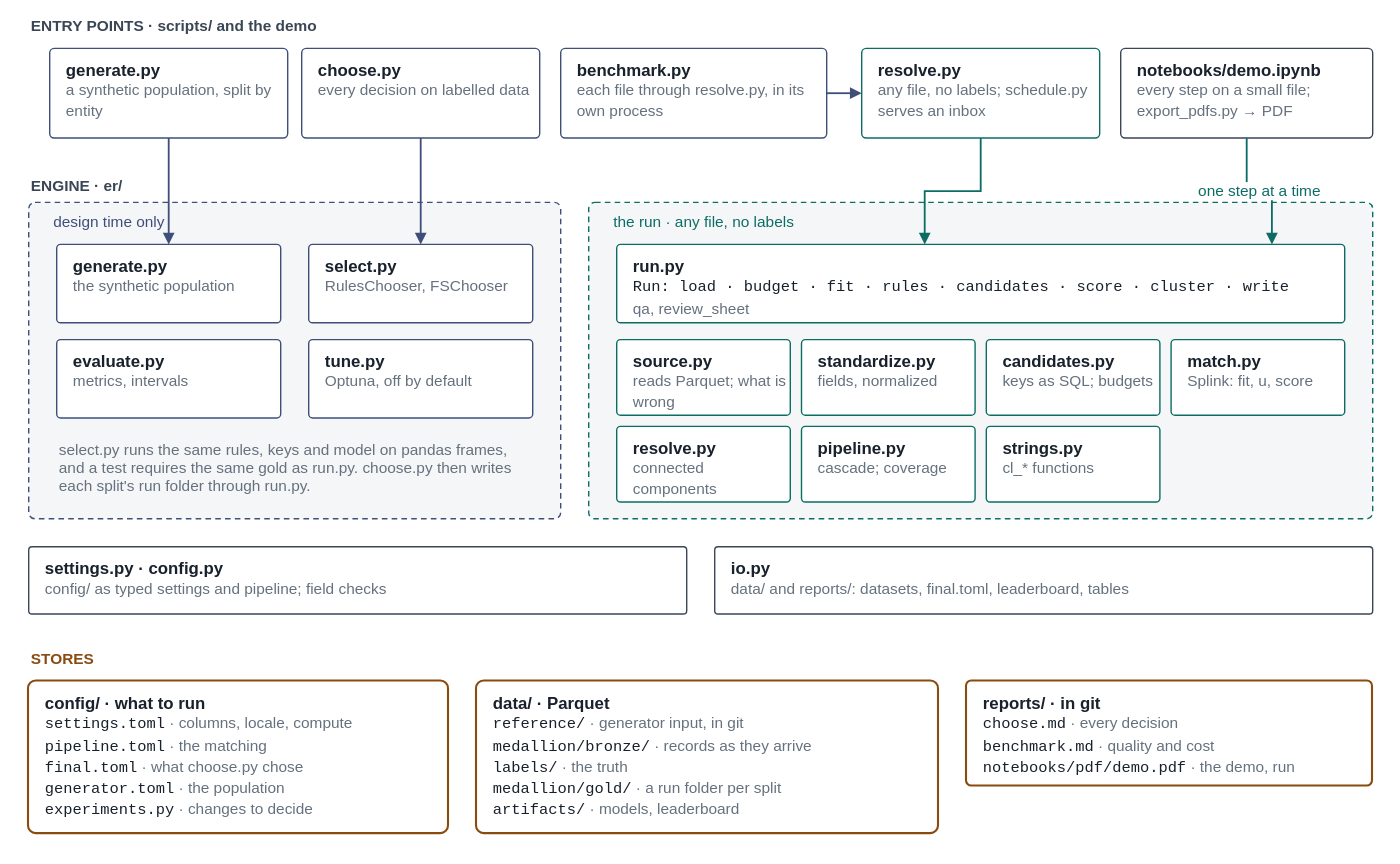
Earlier version of the draw.io export docs/architecture-blocks.drawio.svg (mvsbm/entity_matching). Source tidied: cells renumbered, new cells last; positions are measured from the earlier drawing's top-left corner, leaving out a move shared by most shapes.
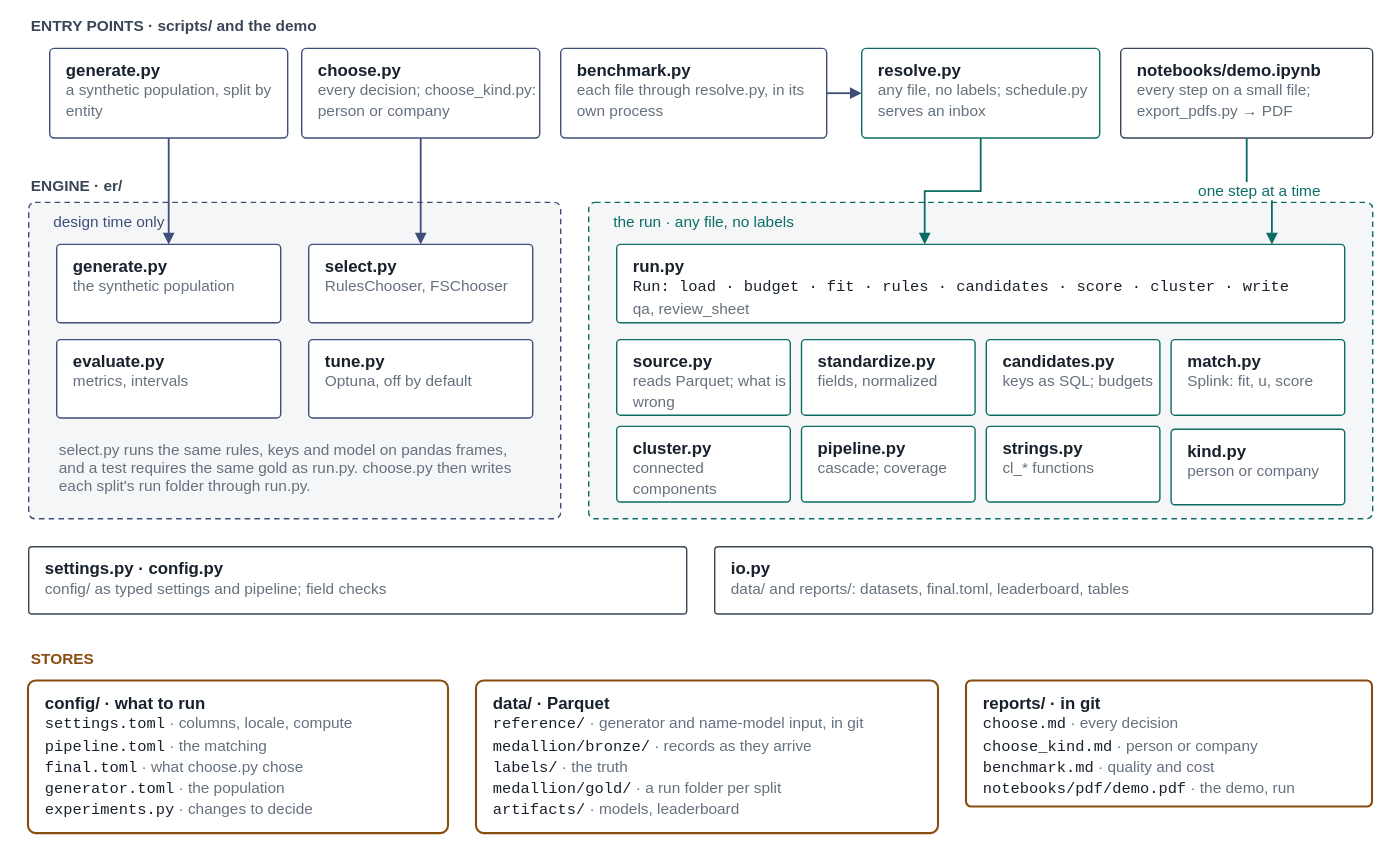
Later version of the same file.

The edit, as a diff of the source:
```diff
@@ -8,7 +8,7 @@
     <mxCell id="3" value="&lt;b&gt;generate.py&lt;/b&gt;&lt;br&gt;&lt;font color=&quot;#65717e&quot; style=&quot;font-size:11px&quot;&gt;a synthetic population, split by entity&lt;/font&gt;" style="rounded=1;arcSize=5;whiteSpace=wrap;html=1;align=left;verticalAlign=top;spacingLeft=10;spacingTop=2;fontFamily=Helvetica;fontSize=12;fontColor=#18212c;fillColor=#ffffff;strokeColor=#3f4f7a;" parent="1" vertex="1">
       <mxGeometry x="15" y="26" width="170" height="64" as="geometry" />
     </mxCell>
-    <mxCell id="4" value="&lt;b&gt;choose.py&lt;/b&gt;&lt;br&gt;&lt;font color=&quot;#65717e&quot; style=&quot;font-size:11px&quot;&gt;every decision on labelled data&lt;/font&gt;" style="rounded=1;arcSize=5;whiteSpace=wrap;html=1;align=left;verticalAlign=top;spacingLeft=10;spacingTop=2;fontFamily=Helvetica;fontSize=12;fontColor=#18212c;fillColor=#ffffff;strokeColor=#3f4f7a;" parent="1" vertex="1">
+    <mxCell id="4" value="&lt;b&gt;choose.py&lt;/b&gt;&lt;br&gt;&lt;font color=&quot;#65717e&quot; style=&quot;font-size:11px&quot;&gt;every decision; choose_kind.py: person or company&lt;/font&gt;" style="rounded=1;arcSize=5;whiteSpace=wrap;html=1;align=left;verticalAlign=top;spacingLeft=10;spacingTop=2;fontFamily=Helvetica;fontSize=12;fontColor=#18212c;fillColor=#ffffff;strokeColor=#3f4f7a;" parent="1" vertex="1">
       <mxGeometry x="195" y="26" width="170" height="64" as="geometry" />
     </mxCell>
     <mxCell id="5" value="&lt;b&gt;benchmark.py&lt;/b&gt;&lt;br&gt;&lt;font color=&quot;#65717e&quot; style=&quot;font-size:11px&quot;&gt;each file through resolve.py, in its own process&lt;/font&gt;" style="rounded=1;arcSize=5;whiteSpace=wrap;html=1;align=left;verticalAlign=top;spacingLeft=10;spacingTop=2;fontFamily=Helvetica;fontSize=12;fontColor=#18212c;fillColor=#ffffff;strokeColor=#3f4f7a;" parent="1" vertex="1">
@@ -68,7 +68,7 @@
     <mxCell id="23" value="&lt;b&gt;match.py&lt;/b&gt;&lt;br&gt;&lt;font color=&quot;#65717e&quot; style=&quot;font-size:11px&quot;&gt;Splink: fit, u, score&lt;/font&gt;" style="rounded=1;arcSize=5;whiteSpace=wrap;html=1;align=left;verticalAlign=top;spacingLeft=10;spacingTop=2;fontFamily=Helvetica;fontSize=12;fontColor=#18212c;fillColor=#ffffff;strokeColor=#0d6d65;" parent="1" vertex="1">
       <mxGeometry x="816" y="234" width="124" height="54" as="geometry" />
     </mxCell>
-    <mxCell id="24" value="&lt;b&gt;resolve.py&lt;/b&gt;&lt;br&gt;&lt;font color=&quot;#65717e&quot; style=&quot;font-size:11px&quot;&gt;connected components&lt;/font&gt;" style="rounded=1;arcSize=5;whiteSpace=wrap;html=1;align=left;verticalAlign=top;spacingLeft=10;spacingTop=2;fontFamily=Helvetica;fontSize=12;fontColor=#18212c;fillColor=#ffffff;strokeColor=#0d6d65;" parent="1" vertex="1">
+    <mxCell id="24" value="&lt;b&gt;cluster.py&lt;/b&gt;&lt;br&gt;&lt;font color=&quot;#65717e&quot; style=&quot;font-size:11px&quot;&gt;connected components&lt;/font&gt;" style="rounded=1;arcSize=5;whiteSpace=wrap;html=1;align=left;verticalAlign=top;spacingLeft=10;spacingTop=2;fontFamily=Helvetica;fontSize=12;fontColor=#18212c;fillColor=#ffffff;strokeColor=#0d6d65;" parent="1" vertex="1">
       <mxGeometry x="420" y="296" width="124" height="54" as="geometry" />
     </mxCell>
     <mxCell id="25" value="&lt;b&gt;pipeline.py&lt;/b&gt;&lt;br&gt;&lt;font color=&quot;#65717e&quot; style=&quot;font-size:11px&quot;&gt;cascade; coverage&lt;/font&gt;" style="rounded=1;arcSize=5;whiteSpace=wrap;html=1;align=left;verticalAlign=top;spacingLeft=10;spacingTop=2;fontFamily=Helvetica;fontSize=12;fontColor=#18212c;fillColor=#ffffff;strokeColor=#0d6d65;" parent="1" vertex="1">
@@ -101,11 +101,14 @@
     <mxCell id="34" value="&lt;b&gt;config/ · what to run&lt;/b&gt;&lt;br&gt;&lt;font face=&quot;Courier New&quot; style=&quot;font-size:11px&quot;&gt;settings.toml&lt;/font&gt;&lt;font color=&quot;#65717e&quot; style=&quot;font-size:11px&quot;&gt; · columns, locale, compute&lt;/font&gt;&lt;br&gt;&lt;font face=&quot;Courier New&quot; style=&quot;font-size:11px&quot;&gt;pipeline.toml&lt;/font&gt;&lt;font color=&quot;#65717e&quot; style=&quot;font-size:11px&quot;&gt; · the matching&lt;/font&gt;&lt;br&gt;&lt;font face=&quot;Courier New&quot; style=&quot;font-size:11px&quot;&gt;final.toml&lt;/font&gt;&lt;font color=&quot;#65717e&quot; style=&quot;font-size:11px&quot;&gt; · what choose.py chose&lt;/font&gt;&lt;br&gt;&lt;font face=&quot;Courier New&quot; style=&quot;font-size:11px&quot;&gt;generator.toml&lt;/font&gt;&lt;font color=&quot;#65717e&quot; style=&quot;font-size:11px&quot;&gt; · the population&lt;/font&gt;&lt;br&gt;&lt;font face=&quot;Courier New&quot; style=&quot;font-size:11px&quot;&gt;experiments.py&lt;/font&gt;&lt;font color=&quot;#65717e&quot; style=&quot;font-size:11px&quot;&gt; · changes to decide&lt;/font&gt;" style="rounded=1;arcSize=5;whiteSpace=wrap;html=1;align=left;verticalAlign=top;spacingLeft=10;spacingTop=2;fontFamily=Helvetica;fontSize=12;fontColor=#18212c;fillColor=#ffffff;strokeColor=#8a4b0f;strokeWidth=1.5;" parent="1" vertex="1">
       <mxGeometry y="478" width="300" height="109" as="geometry" />
     </mxCell>
-    <mxCell id="35" value="&lt;b&gt;data/ · Parquet&lt;/b&gt;&lt;br&gt;&lt;font face=&quot;Courier New&quot; style=&quot;font-size:11px&quot;&gt;reference/&lt;/font&gt;&lt;font color=&quot;#65717e&quot; style=&quot;font-size:11px&quot;&gt; · generator input, in git&lt;/font&gt;&lt;br&gt;&lt;font face=&quot;Courier New&quot; style=&quot;font-size:11px&quot;&gt;medallion/bronze/&lt;/font&gt;&lt;font color=&quot;#65717e&quot; style=&quot;font-size:11px&quot;&gt; · records as they arrive&lt;/font&gt;&lt;br&gt;&lt;font face=&quot;Courier New&quot; style=&quot;font-size:11px&quot;&gt;labels/&lt;/font&gt;&lt;font color=&quot;#65717e&quot; style=&quot;font-size:11px&quot;&gt; · the truth&lt;/font&gt;&lt;br&gt;&lt;font face=&quot;Courier New&quot; style=&quot;font-size:11px&quot;&gt;medallion/gold/&lt;/font&gt;&lt;font color=&quot;#65717e&quot; style=&quot;font-size:11px&quot;&gt; · a run folder per split&lt;/font&gt;&lt;br&gt;&lt;font face=&quot;Courier New&quot; style=&quot;font-size:11px&quot;&gt;artifacts/&lt;/font&gt;&lt;font color=&quot;#65717e&quot; style=&quot;font-size:11px&quot;&gt; · models, leaderboard&lt;/font&gt;" style="rounded=1;arcSize=5;whiteSpace=wrap;html=1;align=left;verticalAlign=top;spacingLeft=10;spacingTop=2;fontFamily=Helvetica;fontSize=12;fontColor=#18212c;fillColor=#ffffff;strokeColor=#8a4b0f;strokeWidth=1.5;" parent="1" vertex="1">
+    <mxCell id="35" value="&lt;b&gt;data/ · Parquet&lt;/b&gt;&lt;br&gt;&lt;font face=&quot;Courier New&quot; style=&quot;font-size:11px&quot;&gt;reference/&lt;/font&gt;&lt;font color=&quot;#65717e&quot; style=&quot;font-size:11px&quot;&gt; · generator and name-model input, in git&lt;/font&gt;&lt;br&gt;&lt;font face=&quot;Courier New&quot; style=&quot;font-size:11px&quot;&gt;medallion/bronze/&lt;/font&gt;&lt;font color=&quot;#65717e&quot; style=&quot;font-size:11px&quot;&gt; · records as they arrive&lt;/font&gt;&lt;br&gt;&lt;font face=&quot;Courier New&quot; style=&quot;font-size:11px&quot;&gt;labels/&lt;/font&gt;&lt;font color=&quot;#65717e&quot; style=&quot;font-size:11px&quot;&gt; · the truth&lt;/font&gt;&lt;br&gt;&lt;font face=&quot;Courier New&quot; style=&quot;font-size:11px&quot;&gt;medallion/gold/&lt;/font&gt;&lt;font color=&quot;#65717e&quot; style=&quot;font-size:11px&quot;&gt; · a run folder per split&lt;/font&gt;&lt;br&gt;&lt;font face=&quot;Courier New&quot; style=&quot;font-size:11px&quot;&gt;artifacts/&lt;/font&gt;&lt;font color=&quot;#65717e&quot; style=&quot;font-size:11px&quot;&gt; · models, leaderboard&lt;/font&gt;" style="rounded=1;arcSize=5;whiteSpace=wrap;html=1;align=left;verticalAlign=top;spacingLeft=10;spacingTop=2;fontFamily=Helvetica;fontSize=12;fontColor=#18212c;fillColor=#ffffff;strokeColor=#8a4b0f;strokeWidth=1.5;" parent="1" vertex="1">
       <mxGeometry x="320" y="478" width="330" height="109" as="geometry" />
     </mxCell>
-    <mxCell id="36" value="&lt;b&gt;reports/ · in git&lt;/b&gt;&lt;br&gt;&lt;font face=&quot;Courier New&quot; style=&quot;font-size:11px&quot;&gt;choose.md&lt;/font&gt;&lt;font color=&quot;#65717e&quot; style=&quot;font-size:11px&quot;&gt; · every decision&lt;/font&gt;&lt;br&gt;&lt;font face=&quot;Courier New&quot; style=&quot;font-size:11px&quot;&gt;benchmark.md&lt;/font&gt;&lt;font color=&quot;#65717e&quot; style=&quot;font-size:11px&quot;&gt; · quality and cost&lt;/font&gt;&lt;br&gt;&lt;font face=&quot;Courier New&quot; style=&quot;font-size:11px&quot;&gt;notebooks/pdf/demo.pdf&lt;/font&gt;&lt;font color=&quot;#65717e&quot; style=&quot;font-size:11px&quot;&gt; · the demo, run&lt;/font&gt;" style="rounded=1;arcSize=5;whiteSpace=wrap;html=1;align=left;verticalAlign=top;spacingLeft=10;spacingTop=2;fontFamily=Helvetica;fontSize=12;fontColor=#18212c;fillColor=#ffffff;strokeColor=#8a4b0f;strokeWidth=1.5;" parent="1" vertex="1">
-      <mxGeometry x="670" y="478" width="290" height="75" as="geometry" />
+    <mxCell id="36" value="&lt;b&gt;reports/ · in git&lt;/b&gt;&lt;br&gt;&lt;font face=&quot;Courier New&quot; style=&quot;font-size:11px&quot;&gt;choose.md&lt;/font&gt;&lt;font color=&quot;#65717e&quot; style=&quot;font-size:11px&quot;&gt; · every decision&lt;/font&gt;&lt;br&gt;&lt;font face=&quot;Courier New&quot; style=&quot;font-size:11px&quot;&gt;choose_kind.md&lt;/font&gt;&lt;font color=&quot;#65717e&quot; style=&quot;font-size:11px&quot;&gt; · person or company&lt;/font&gt;&lt;br&gt;&lt;font face=&quot;Courier New&quot; style=&quot;font-size:11px&quot;&gt;benchmark.md&lt;/font&gt;&lt;font color=&quot;#65717e&quot; style=&quot;font-size:11px&quot;&gt; · quality and cost&lt;/font&gt;&lt;br&gt;&lt;font face=&quot;Courier New&quot; style=&quot;font-size:11px&quot;&gt;notebooks/pdf/demo.pdf&lt;/font&gt;&lt;font color=&quot;#65717e&quot; style=&quot;font-size:11px&quot;&gt; · the demo, run&lt;/font&gt;" style="rounded=1;arcSize=5;whiteSpace=wrap;html=1;align=left;verticalAlign=top;spacingLeft=10;spacingTop=2;fontFamily=Helvetica;fontSize=12;fontColor=#18212c;fillColor=#ffffff;strokeColor=#8a4b0f;strokeWidth=1.5;" parent="1" vertex="1">
+      <mxGeometry x="670" y="478" width="290" height="90" as="geometry" />
     </mxCell>
+    <mxCell id="37" value="&lt;b&gt;kind.py&lt;/b&gt;&lt;br&gt;&lt;font color=&quot;#65717e&quot; style=&quot;font-size:11px&quot;&gt;person or company&lt;/font&gt;" style="rounded=1;arcSize=5;whiteSpace=wrap;html=1;align=left;verticalAlign=top;spacingLeft=10;spacingTop=2;fontFamily=Helvetica;fontSize=12;fontColor=#18212c;fillColor=#ffffff;strokeColor=#0d6d65;" parent="1" vertex="1">
+      <mxGeometry x="816" y="296" width="124" height="54" as="geometry" />
+    </mxCell>
   </root>
 </mxGraphModel>
```
